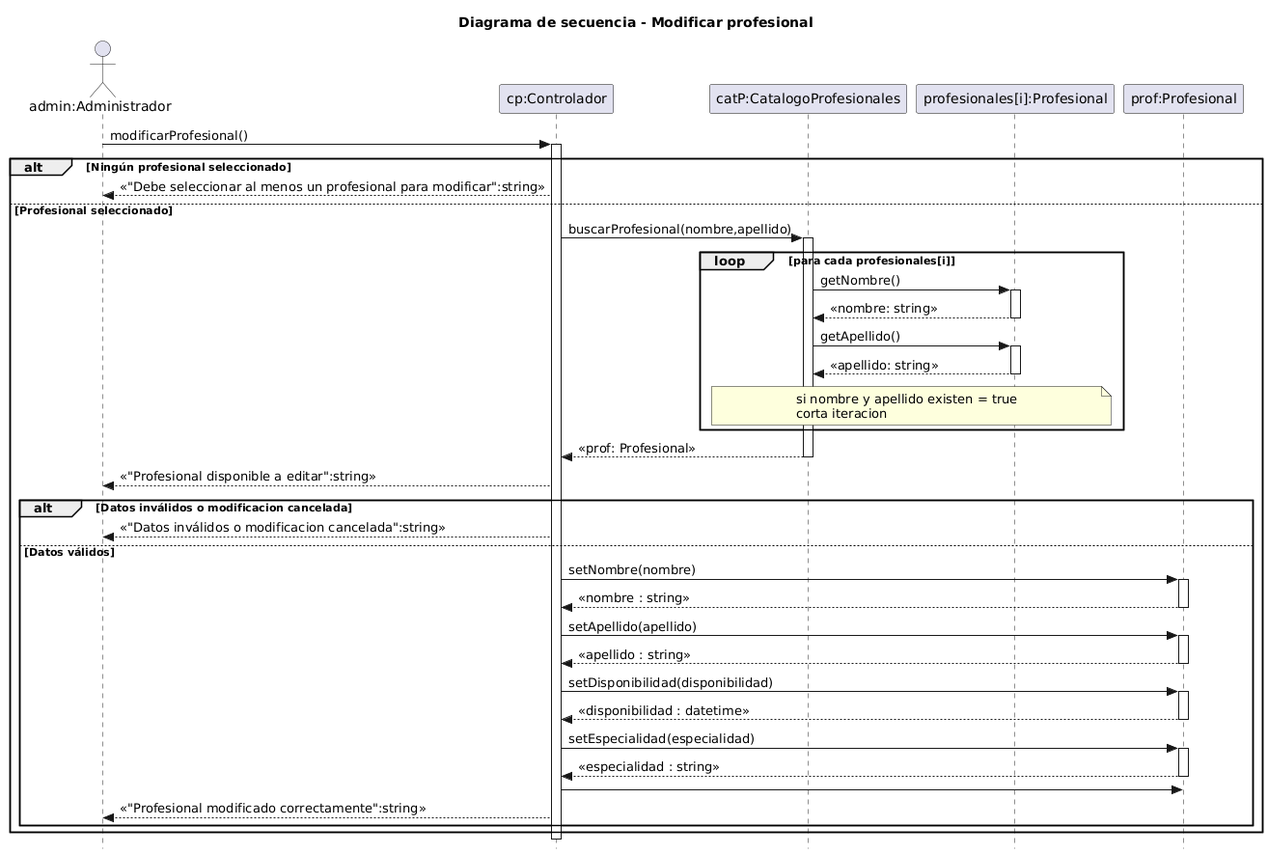
Earlier version of the PlantUML export Documentacion/07 Diagramas de secuencia/Diagramas de secuencia Administrador/Modificar profesional/Diagrama de secuencia-Modificar profesional.png (Juamppa/practica-profesionalizante-1).
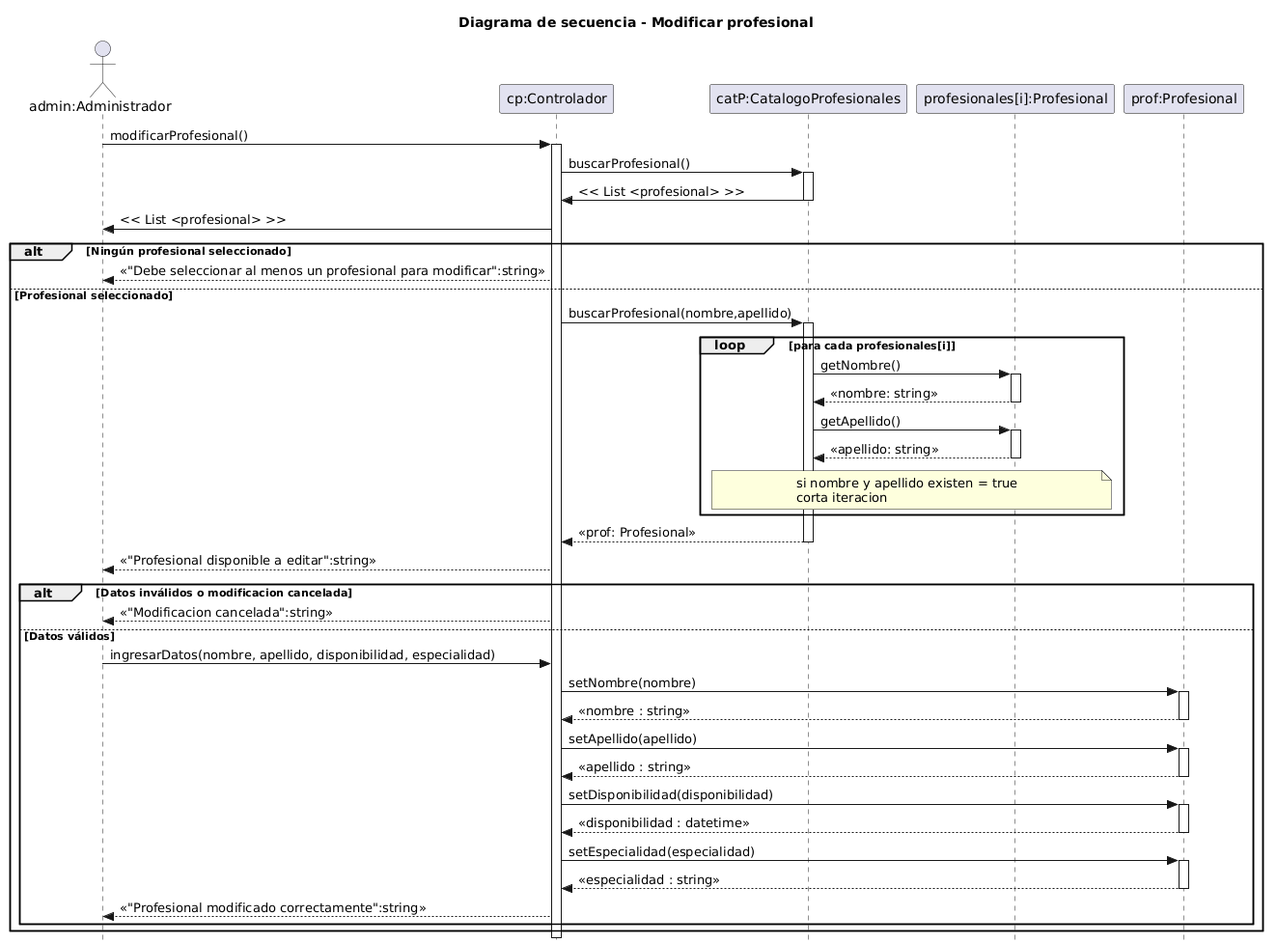
After the change.

The edit, as a diff of the source:
```diff
@@ -10,7 +10,11 @@
 
 Admin -> Controlador : modificarProfesional()
 activate Controlador
-
+Controlador -> Catalogo : buscarProfesional()
+activate Catalogo
+Catalogo -> Controlador : << List <profesional> >>
+deactivate Catalogo
+Controlador -> Admin : << List <profesional> >>
 
     alt Ningún profesional seleccionado
         Controlador --> Admin : <<"Debe seleccionar al menos un profesional para modificar":string>>
@@ -49,10 +53,10 @@
 
 
             alt Datos inválidos o modificacion cancelada
-                Controlador --> Admin : <<"Datos inválidos o modificacion cancelada":string>>
+                Controlador --> Admin : <<"Modificacion cancelada":string>>
 
             else Datos válidos
-
+                Admin -> Controlador : ingresarDatos(nombre, apellido, disponibilidad, especialidad)
                 Controlador -> Profesional : setNombre(nombre)
                 activate Profesional
                 Profesional --> Controlador : <<nombre : string>>
@@ -73,7 +77,7 @@
                 Profesional --> Controlador : <<especialidad : string>>
                 deactivate Profesional
 
-               Controlador -> Profesional :
+
 
                 Controlador --> Admin : <<"Profesional modificado correctamente":string>>
 
```
